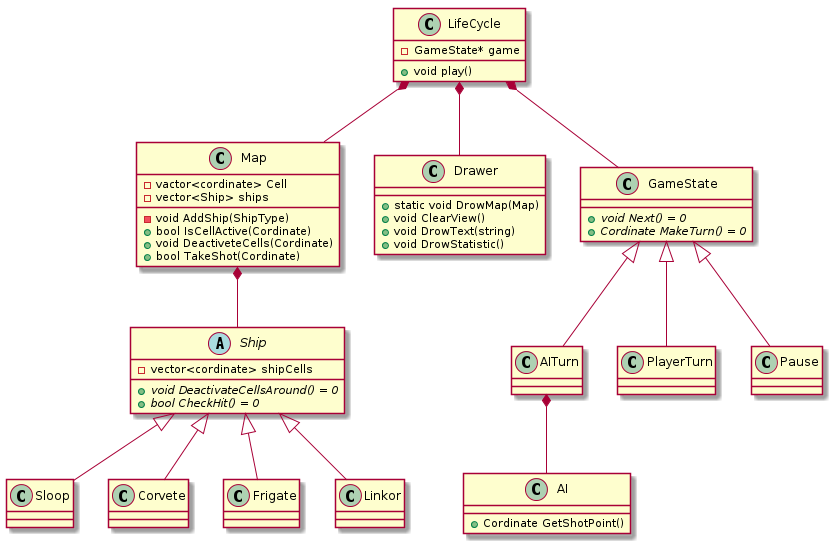
Earlier version of the PlantUML export doc/Class.png (wzabila19951/bench_luxoft).
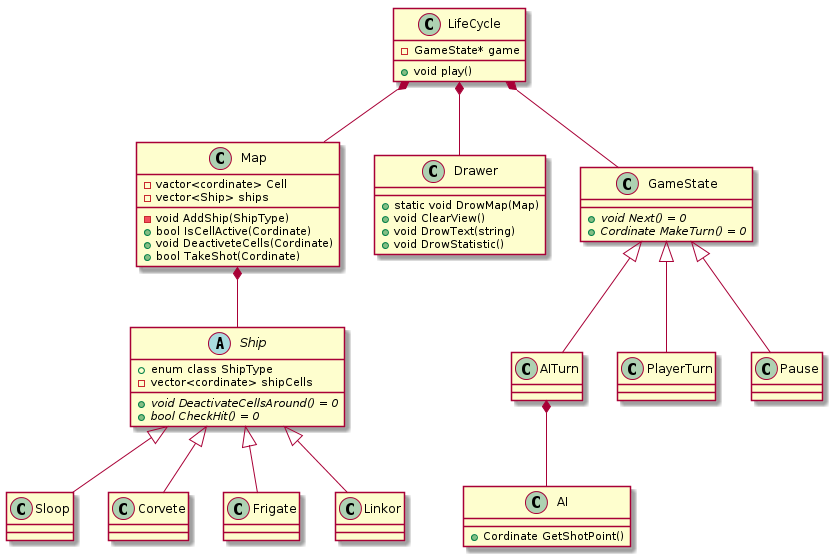
After the change.

Change to the diagram source:
```diff
@@ -7,6 +7,7 @@
 }
 
 abstract Ship{
+    +enum class ShipType
     - vector<cordinate> shipCells
     + {abstract} void DeactivateCellsAround() = 0
     + {abstract} bool CheckHit() = 0
```
